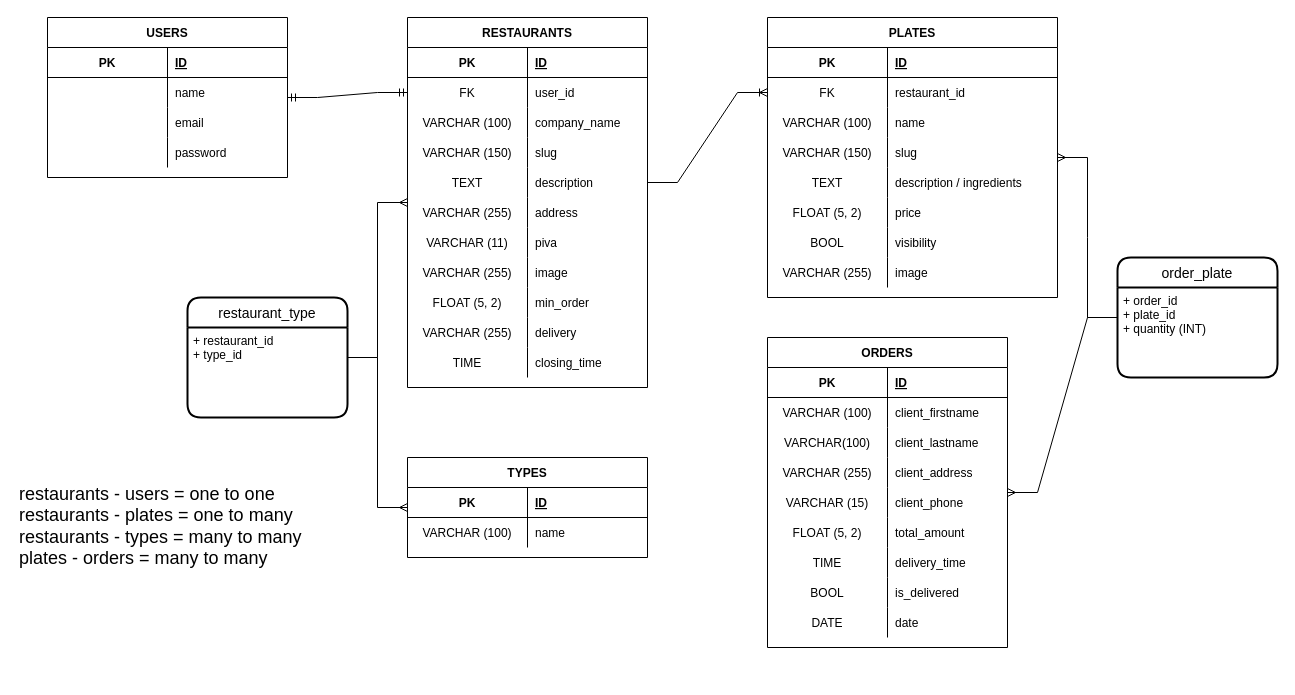
Above: diagram.drawio in Salvatore-Gianfrancesco/laravel-deliveboo (draw.io), before the change. Source tidied: cells renumbered, new cells numbered last; positions are measured from the earlier drawing's top-left corner, leaving out a move shared by most shapes. Both pictures are drawn from the tidied source at 100%, with x=0, y=0 at pixel (17, 17).
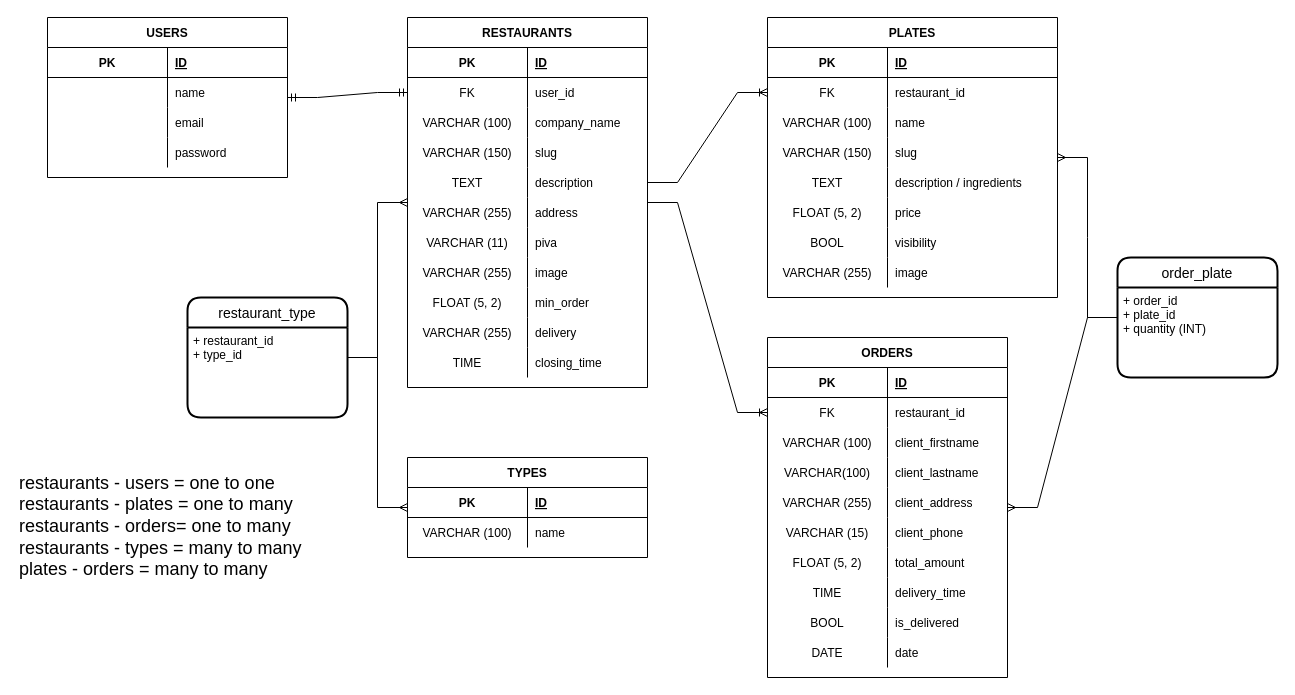
Above is the later version.

Unchanged cells that the change refers to:
```xml
<mxCell id="31" style="shape=tableRow;horizontal=0;startSize=0;swimlaneHead=0;swimlaneBody=0;fillColor=none;points=[[0,0.5],[1,0.5]];portConstraint=eastwest;top=0;left=0;right=0;bottom=0;" parent="27" vertex="1">
  <mxGeometry y="60" width="240" height="30" as="geometry" />
</mxCell>
<mxCell id="55" value="RESTAURANTS" style="shape=table;startSize=30;childLayout=tableLayout;rowLines=0;fontStyle=1;align=center;" parent="1" vertex="1">
  <mxGeometry x="390" width="240" height="370" as="geometry" />
</mxCell>
```

Change to the diagram source:
```diff
@@
     <mxCell id="27" value="ORDERS" style="shape=table;startSize=30;childLayout=tableLayout;rowLines=0;fontStyle=1;align=center;" parent="1" vertex="1">
-      <mxGeometry x="750" y="320" width="240" height="310" as="geometry" />
+      <mxGeometry x="750" y="320" width="240" height="340" as="geometry" />
     </mxCell>
@@
-    <mxCell id="32" value="VARCHAR (100)" style="shape=partialRectangle;fillColor=none;top=0;left=0;bottom=0;right=0;overflow=hidden;" parent="31" vertex="1">
+    <mxCell id="32" value="FK" style="shape=partialRectangle;fillColor=none;top=0;left=0;bottom=0;right=0;overflow=hidden;" parent="31" vertex="1">
       <mxGeometry width="120" height="30" as="geometry" />
     </mxCell>
-    <mxCell id="33" value="client_firstname" style="shape=partialRectangle;fillColor=none;top=0;left=0;bottom=0;right=0;align=left;spacingLeft=6;overflow=hidden;" parent="31" vertex="1">
+    <mxCell id="33" value="restaurant_id" style="shape=partialRectangle;fillColor=none;top=0;left=0;bottom=0;right=0;align=left;spacingLeft=6;overflow=hidden;" parent="31" vertex="1">
       <mxGeometry x="120" width="120" height="30" as="geometry" />
     </mxCell>
+    <mxCell id="120" style="shape=tableRow;horizontal=0;startSize=0;swimlaneHead=0;swimlaneBody=0;fillColor=none;top=0;left=0;right=0;bottom=0;" parent="27" vertex="1">
+      <mxGeometry y="90" width="240" height="30" as="geometry" />
+    </mxCell>
+    <mxCell id="121" value="VARCHAR (100)" style="shape=partialRectangle;fillColor=none;top=0;left=0;bottom=0;right=0;overflow=hidden;" parent="120" vertex="1">
+      <mxGeometry width="120" height="30" as="geometry" />
+    </mxCell>
+    <mxCell id="122" value="client_firstname" style="shape=partialRectangle;fillColor=none;top=0;left=0;bottom=0;right=0;align=left;spacingLeft=6;overflow=hidden;" parent="120" vertex="1">
+      <mxGeometry x="120" width="120" height="30" as="geometry" />
+    </mxCell>
     <mxCell id="34" style="shape=tableRow;horizontal=0;startSize=0;swimlaneHead=0;swimlaneBody=0;fillColor=none;top=0;left=0;right=0;bottom=0;" parent="27" vertex="1">
-      <mxGeometry y="90" width="240" height="30" as="geometry" />
+      <mxGeometry y="120" width="240" height="30" as="geometry" />
     </mxCell>
@@
     <mxCell id="37" style="shape=tableRow;horizontal=0;startSize=0;swimlaneHead=0;swimlaneBody=0;fillColor=none;top=0;left=0;right=0;bottom=0;" parent="27" vertex="1">
-      <mxGeometry y="120" width="240" height="30" as="geometry" />
+      <mxGeometry y="150" width="240" height="30" as="geometry" />
     </mxCell>
@@
     <mxCell id="40" style="shape=tableRow;horizontal=0;startSize=0;swimlaneHead=0;swimlaneBody=0;fillColor=none;top=0;left=0;right=0;bottom=0;" parent="27" vertex="1">
-      <mxGeometry y="150" width="240" height="30" as="geometry" />
+      <mxGeometry y="180" width="240" height="30" as="geometry" />
     </mxCell>
@@
     <mxCell id="43" style="shape=tableRow;horizontal=0;startSize=0;swimlaneHead=0;swimlaneBody=0;fillColor=none;top=0;left=0;right=0;bottom=0;" parent="27" vertex="1">
-      <mxGeometry y="180" width="240" height="30" as="geometry" />
+      <mxGeometry y="210" width="240" height="30" as="geometry" />
     </mxCell>
@@
     <mxCell id="46" style="shape=tableRow;horizontal=0;startSize=0;swimlaneHead=0;swimlaneBody=0;fillColor=none;top=0;left=0;right=0;bottom=0;" parent="27" vertex="1">
-      <mxGeometry y="210" width="240" height="30" as="geometry" />
+      <mxGeometry y="240" width="240" height="30" as="geometry" />
     </mxCell>
@@
     <mxCell id="49" style="shape=tableRow;horizontal=0;startSize=0;swimlaneHead=0;swimlaneBody=0;fillColor=none;top=0;left=0;right=0;bottom=0;" parent="27" vertex="1">
-      <mxGeometry y="240" width="240" height="30" as="geometry" />
+      <mxGeometry y="270" width="240" height="30" as="geometry" />
     </mxCell>
@@
     <mxCell id="52" style="shape=tableRow;horizontal=0;startSize=0;swimlaneHead=0;swimlaneBody=0;fillColor=none;top=0;left=0;right=0;bottom=0;" parent="27" vertex="1">
-      <mxGeometry y="270" width="240" height="30" as="geometry" />
+      <mxGeometry y="300" width="240" height="30" as="geometry" />
     </mxCell>
@@
-    <mxCell id="107" value="&lt;font style=&quot;font-size: 18px;&quot;&gt;restaurants - users = one to one&lt;br&gt;restaurants - plates = one to many&lt;br&gt;&lt;span style=&quot;background-color: initial;&quot;&gt;restaurants - types = many to many&lt;/span&gt;&lt;br&gt;&lt;div style=&quot;&quot;&gt;&lt;span style=&quot;background-color: initial;&quot;&gt;plates - orders = many to many&lt;/span&gt;&lt;/div&gt;&lt;br&gt;&lt;/font&gt;" style="text;strokeColor=none;align=left;fillColor=none;html=1;verticalAlign=middle;whiteSpace=wrap;rounded=0;" parent="1" vertex="1">
+    <mxCell id="107" value="&lt;font style=&quot;font-size: 18px;&quot;&gt;restaurants - users = one to one&lt;br&gt;restaurants - plates = one to many&lt;br&gt;restaurants - orders= one to many&lt;br&gt;&lt;span style=&quot;background-color: initial;&quot;&gt;restaurants - types = many to many&lt;/span&gt;&lt;br&gt;&lt;div style=&quot;&quot;&gt;&lt;span style=&quot;background-color: initial;&quot;&gt;plates - orders = many to many&lt;/span&gt;&lt;/div&gt;&lt;br&gt;&lt;/font&gt;" style="text;strokeColor=none;align=left;fillColor=none;html=1;verticalAlign=middle;whiteSpace=wrap;rounded=0;" parent="1" vertex="1">
       <mxGeometry y="480" width="320" height="80" as="geometry" />
     </mxCell>
@@
+    <mxCell id="123" style="edgeStyle=entityRelationEdgeStyle;fontSize=12;html=1;endArrow=ERoneToMany;rounded=0;" parent="1" edge="1" source="55" target="31">
+      <mxGeometry relative="1" as="geometry" />
+    </mxCell>
```
